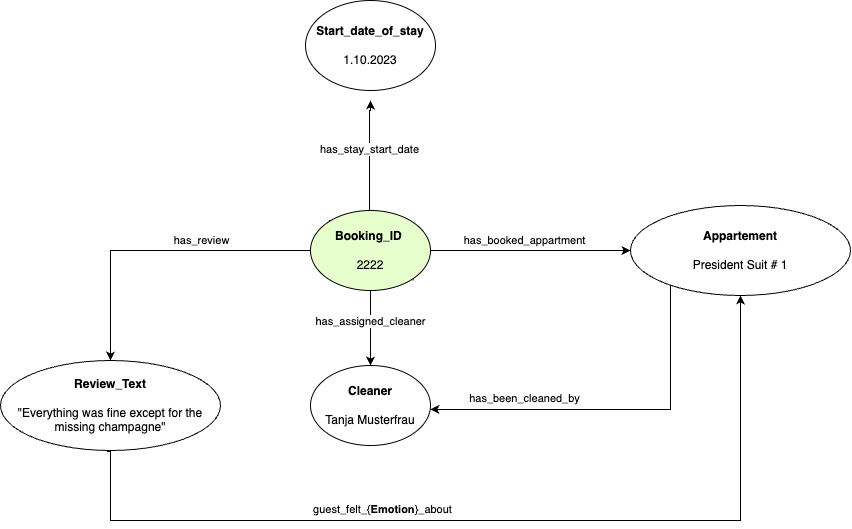
Before: drawings/KG_Architecture.png, a diagram exported from draw.io (dominik-pichler/Review_me_if_you_can). Source tidied: cells renumbered, new cells last; positions are measured from the earlier drawing's top-left corner, leaving out a move shared by most shapes.
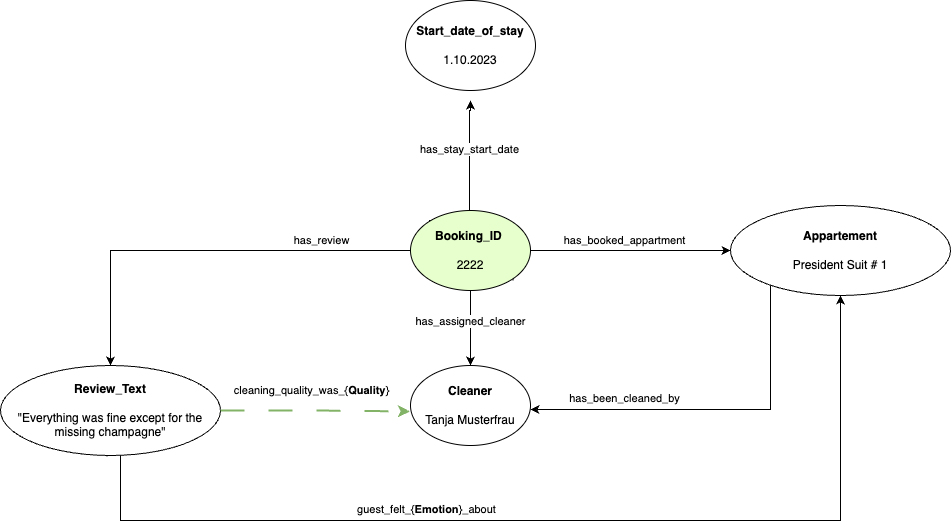
After the change.

Change to the diagram source:
```diff
@@ -23,9 +23,6 @@
     <mxCell id="4" value="&lt;b&gt;Start_date_of_stay&lt;/b&gt;&lt;div&gt;&lt;br&gt;&lt;/div&gt;&lt;div&gt;1.10.2023&lt;/div&gt;" style="ellipse;whiteSpace=wrap;html=1;" parent="1" vertex="1">
       <mxGeometry x="305" width="130" height="90" as="geometry" />
     </mxCell>
-    <mxCell id="5" value="&lt;b&gt;Review_Text&lt;/b&gt;&lt;div&gt;&lt;br&gt;&lt;/div&gt;&lt;div&gt;&quot;Everything was fine except for the missing champagne&quot;&lt;/div&gt;" style="ellipse;whiteSpace=wrap;html=1;" parent="1" vertex="1">
-      <mxGeometry y="360" width="220" height="90" as="geometry" />
-    </mxCell>
     <mxCell id="6" style="edgeStyle=orthogonalEdgeStyle;rounded=0;jettySize=auto;html=1;exitX=1;exitY=1;exitDx=0;exitDy=0;entryX=0;entryY=0.5;entryDx=0;entryDy=0;" parent="1" edge="1" target="16">
       <mxGeometry relative="1" as="geometry">
         <mxPoint x="412.4" y="280" as="sourcePoint" />
@@ -53,7 +50,7 @@
     </mxCell>
     <mxCell id="11" value="has_review" style="edgeLabel;html=1;align=center;verticalAlign=middle;" parent="10" vertex="1">
       <mxGeometry x="0.04" relative="1" as="geometry">
-        <mxPoint x="53" y="-10" as="offset" />
+        <mxPoint x="127" y="-10" as="offset" />
       </mxGeometry>
     </mxCell>
     <mxCell id="12" value="&lt;b&gt;Booking_ID&lt;/b&gt;&amp;nbsp;&lt;div&gt;&lt;br&gt;&lt;/div&gt;&lt;div&gt;2222&lt;/div&gt;" style="ellipse;whiteSpace=wrap;html=1;fillColor=#E6FFCC;" parent="1" vertex="1">
@@ -81,8 +78,9 @@
     <mxCell id="17" style="edgeStyle=orthogonalEdgeStyle;rounded=0;jettySize=auto;html=1;exitX=0.484;exitY=1.01;exitDx=0;exitDy=0;entryX=0.5;entryY=1;entryDx=0;entryDy=0;exitPerimeter=0;" parent="1" edge="1" source="5" target="16">
       <mxGeometry relative="1" as="geometry">
         <Array as="points">
-          <mxPoint x="110" y="451" />
-          <mxPoint x="110" y="520" />
+          <mxPoint x="7" y="451" />
+          <mxPoint x="20" y="451" />
+          <mxPoint x="20" y="520" />
           <mxPoint x="740" y="520" />
         </Array>
       </mxGeometry>
@@ -92,5 +90,16 @@
         <mxPoint x="-88" y="-9" as="offset" />
       </mxGeometry>
     </mxCell>
+    <mxCell id="5" value="&lt;b&gt;Review_Text&lt;/b&gt;&lt;div&gt;&lt;br&gt;&lt;/div&gt;&lt;div&gt;&quot;Everything was fine except for the missing champagne&quot;&lt;/div&gt;" style="ellipse;whiteSpace=wrap;html=1;" parent="1" vertex="1">
+      <mxGeometry x="-100" y="365" width="220" height="90" as="geometry" />
+    </mxCell>
+    <mxCell id="19" style="edgeStyle=orthogonalEdgeStyle;rounded=0;jettySize=auto;html=1;exitX=1;exitY=0.5;exitDx=0;exitDy=0;entryX=-0.005;entryY=0.574;entryDx=0;entryDy=0;entryPerimeter=0;strokeWidth=2;dashed=1;fillColor=#d5e8d4;strokeColor=#82b366;dashPattern=12 12;" parent="1" edge="1" source="5" target="13">
+      <mxGeometry relative="1" as="geometry" />
+    </mxCell>
+    <mxCell id="20" value="cleaning_quality_was_{&lt;b&gt;Quality&lt;/b&gt;}" style="edgeLabel;html=1;align=center;verticalAlign=middle;" parent="19" vertex="1">
+      <mxGeometry x="-0.26" y="-1" relative="1" as="geometry">
+        <mxPoint x="20" y="-21" as="offset" />
+      </mxGeometry>
+    </mxCell>
   </root>
 </mxGraphModel>
```
